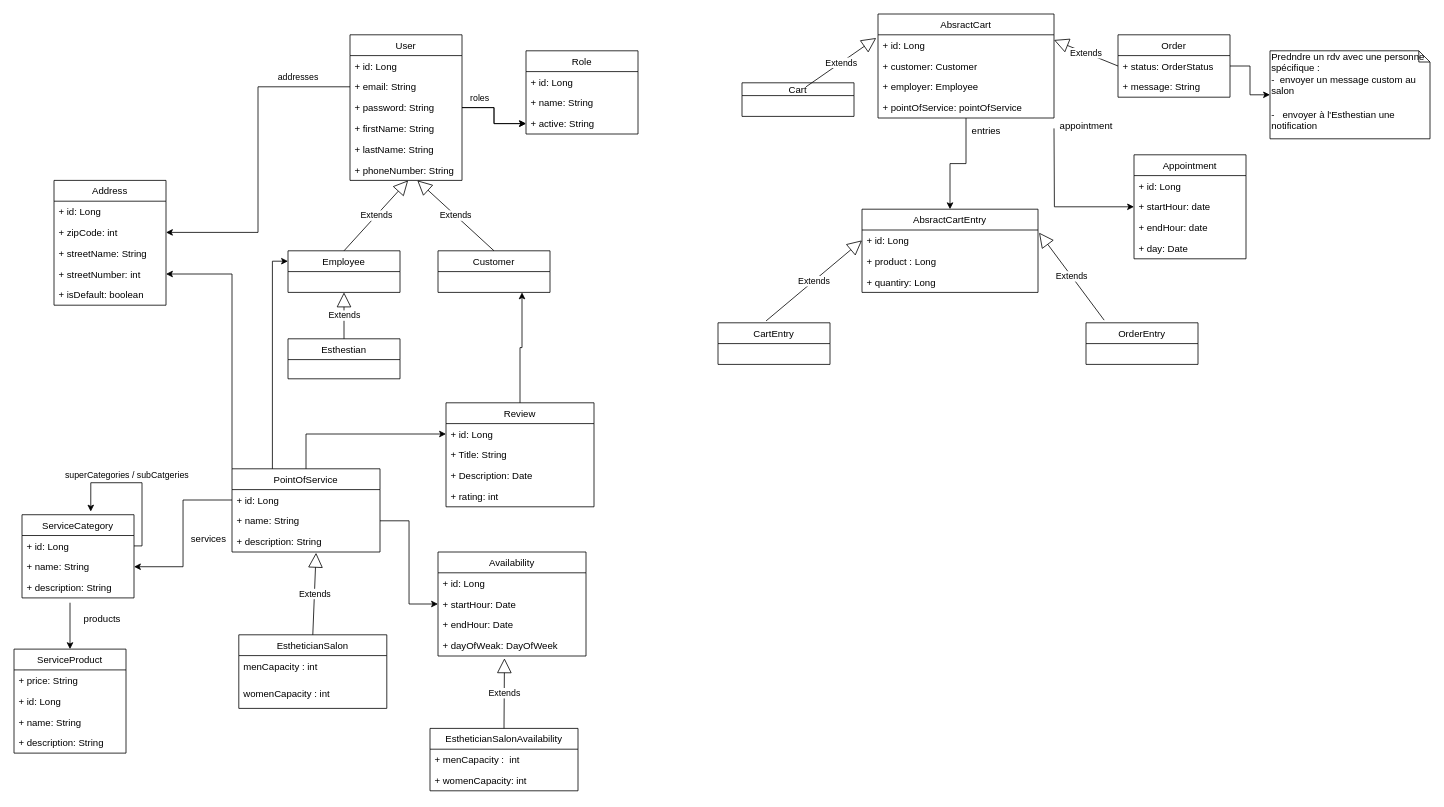
elaissoussi/draw.io keeps this draw.io diagram as wecoif - enteties diagram.drawio. Above is the earlier version. Source tidied: cells renumbered, new cells numbered last; positions are measured from the earlier drawing's top-left corner, leaving out a move shared by most shapes. Both pictures are drawn from the tidied source at 80%, with x=0, y=0 at pixel (14, 14).
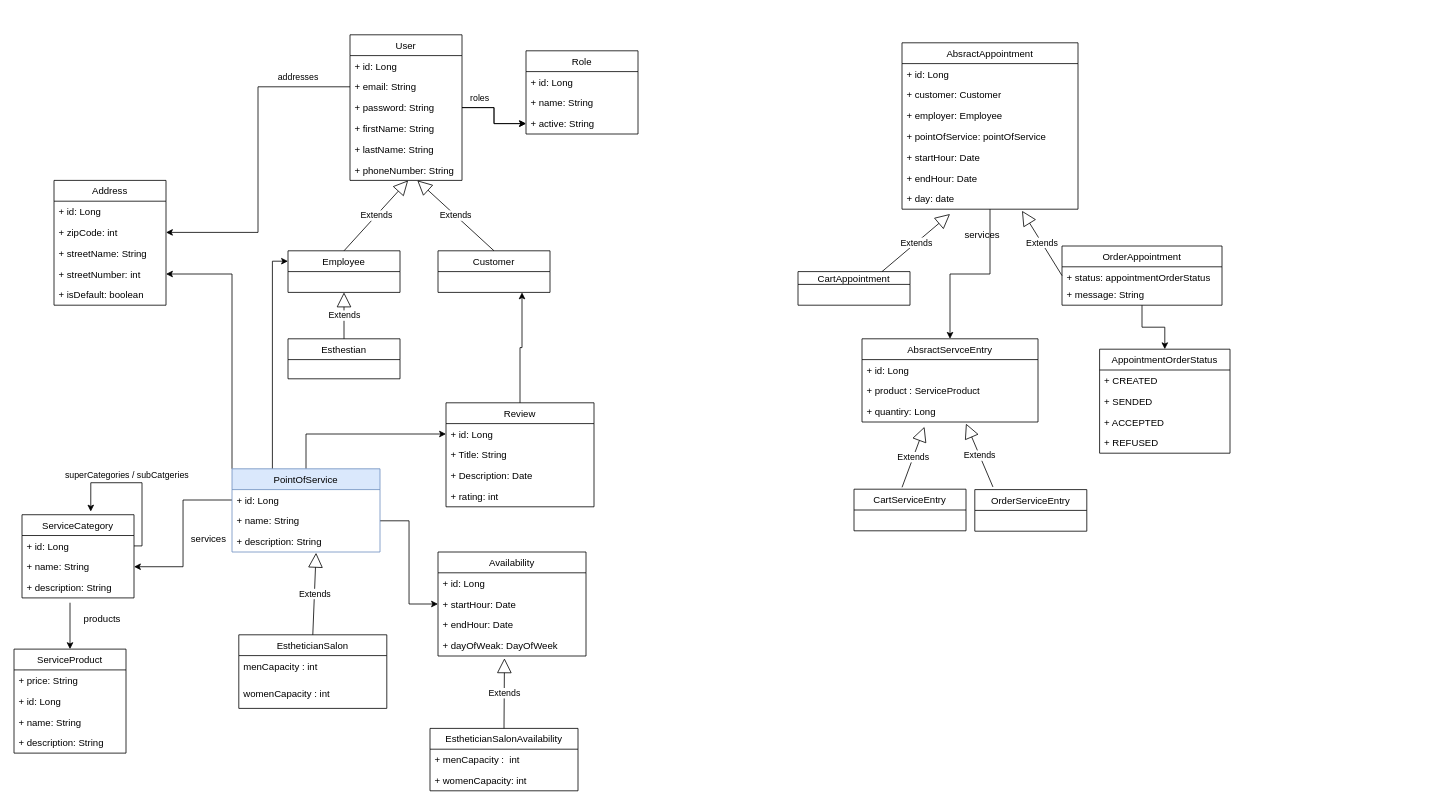
After the change.

The edit, as a diff of the source:
```diff
@@
-    <mxCell id="21" value="Predndre un rdv avec une personne spécifique :&amp;nbsp;&lt;br&gt;-&amp;nbsp; envoyer un message custom au salon&amp;nbsp;&lt;br&gt;&lt;br&gt;-&amp;nbsp; &amp;nbsp;envoyer à l'Esthestian une notification" style="shape=note;whiteSpace=wrap;html=1;size=14;verticalAlign=top;align=left;spacingTop=-6;" parent="1" vertex="1">
-      <mxGeometry x="1570" y="46" width="200" height="110" as="geometry" />
-    </mxCell>
@@
-    <mxCell id="36" value="Order" style="swimlane;fontStyle=0;horizontal=1;startSize=26;fillColor=none;" parent="1" vertex="1">
-      <mxGeometry x="1380" y="26" width="140" height="78" as="geometry" />
-    </mxCell>
-    <mxCell id="37" value="+ status: OrderStatus" style="text;strokeColor=none;fillColor=none;align=left;verticalAlign=top;spacingLeft=4;spacingRight=4;overflow=hidden;points=[[0,0.5],[1,0.5]];portConstraint=eastwest;" parent="36" vertex="1">
-      <mxGeometry y="26" width="140" height="26" as="geometry" />
-    </mxCell>
-    <mxCell id="38" value="+ message: String" style="text;strokeColor=none;fillColor=none;align=left;verticalAlign=top;spacingLeft=4;spacingRight=4;overflow=hidden;" parent="36" vertex="1">
-      <mxGeometry y="52" width="140" height="26" as="geometry" />
-    </mxCell>
-    <mxCell id="39" value="AbsractCart" style="swimlane;fontStyle=0;horizontal=1;startSize=26;fillColor=none;" parent="1" vertex="1">
-      <mxGeometry x="1080" width="220" height="130" as="geometry" />
-    </mxCell>
-    <mxCell id="40" value="+ id: Long" style="text;strokeColor=none;fillColor=none;align=left;verticalAlign=top;spacingLeft=4;spacingRight=4;overflow=hidden;points=[[0,0.5],[1,0.5]];portConstraint=eastwest;" parent="39" vertex="1">
-      <mxGeometry y="26" width="220" height="26" as="geometry" />
-    </mxCell>
-    <mxCell id="41" value="+ customer: Customer" style="text;strokeColor=none;fillColor=none;align=left;verticalAlign=top;spacingLeft=4;spacingRight=4;overflow=hidden;" parent="39" vertex="1">
-      <mxGeometry y="52" width="220" height="26" as="geometry" />
-    </mxCell>
-    <mxCell id="42" value="+ employer: Employee" style="text;strokeColor=none;fillColor=none;align=left;verticalAlign=top;spacingLeft=4;spacingRight=4;overflow=hidden;" parent="39" vertex="1">
-      <mxGeometry y="78" width="220" height="26" as="geometry" />
-    </mxCell>
-    <mxCell id="43" value="+ pointOfService: pointOfService" style="text;strokeColor=none;fillColor=none;align=left;verticalAlign=top;spacingLeft=4;spacingRight=4;overflow=hidden;" parent="39" vertex="1">
-      <mxGeometry y="104" width="220" height="26" as="geometry" />
-    </mxCell>
@@
-    <mxCell id="63" value="Cart" style="swimlane;fontStyle=0;horizontal=1;startSize=16;fillColor=none;" parent="1" vertex="1">
-      <mxGeometry x="910" y="86" width="140" height="42" as="geometry" />
-    </mxCell>
@@
-    <mxCell id="68" value="Extends" style="endArrow=block;endSize=16;endFill=0;html=1;entryX=-0.01;entryY=0.154;entryDx=0;entryDy=0;entryPerimeter=0;exitX=1;exitY=0.5;exitDx=0;exitDy=0;" parent="1" edge="1" target="40">
-      <mxGeometry relative="1" as="geometry">
-        <mxPoint x="990" y="91" as="sourcePoint" />
-      </mxGeometry>
+    <mxCell id="68" value="Extends" style="endArrow=block;endSize=16;endFill=0;html=1;entryX=0.273;entryY=1.231;entryDx=0;entryDy=0;entryPerimeter=0;exitX=0.75;exitY=0;exitDx=0;exitDy=0;" parent="1" edge="1" source="63" target="113">
+      <mxGeometry relative="1" as="geometry" />
     </mxCell>
-    <mxCell id="69" value="Extends" style="endArrow=block;endSize=16;endFill=0;html=1;entryX=1;entryY=0.25;entryDx=0;entryDy=0;exitX=0;exitY=0.5;exitDx=0;exitDy=0;" parent="1" edge="1" source="36" target="39">
-      <mxGeometry relative="1" as="geometry" />
+    <mxCell id="69" value="Extends" style="endArrow=block;endSize=16;endFill=0;html=1;exitX=0;exitY=0.5;exitDx=0;exitDy=0;" parent="1" edge="1" source="36">
+      <mxGeometry relative="1" as="geometry">
+        <mxPoint x="1260" y="246" as="targetPoint" />
+      </mxGeometry>
     </mxCell>
-    <mxCell id="70" value="Extends" style="endArrow=block;endSize=16;endFill=0;html=1;entryX=0;entryY=0.5;entryDx=0;entryDy=0;exitX=0.429;exitY=-0.045;exitDx=0;exitDy=0;exitPerimeter=0;" parent="1" edge="1" source="104" target="80">
+    <mxCell id="70" value="Extends" style="endArrow=block;endSize=16;endFill=0;html=1;exitX=0.429;exitY=-0.045;exitDx=0;exitDy=0;exitPerimeter=0;entryX=0.355;entryY=1.231;entryDx=0;entryDy=0;entryPerimeter=0;" parent="1" edge="1" source="104" target="82">
       <mxGeometry relative="1" as="geometry" />
     </mxCell>
-    <mxCell id="71" value="Extends" style="endArrow=block;endSize=16;endFill=0;html=1;entryX=1.006;entryY=0.128;entryDx=0;entryDy=0;entryPerimeter=0;exitX=0.162;exitY=-0.064;exitDx=0;exitDy=0;exitPerimeter=0;" parent="1" edge="1" source="103" target="80">
-      <mxGeometry relative="1" as="geometry" />
+    <mxCell id="71" value="Extends" style="endArrow=block;endSize=16;endFill=0;html=1;exitX=0.162;exitY=-0.064;exitDx=0;exitDy=0;exitPerimeter=0;" parent="1" edge="1" source="103">
+      <mxGeometry relative="1" as="geometry">
+        <mxPoint x="1190" y="512" as="targetPoint" />
+      </mxGeometry>
     </mxCell>
-    <mxCell id="72" value="Appointment" style="swimlane;fontStyle=0;horizontal=1;startSize=26;fillColor=none;" parent="1" vertex="1">
-      <mxGeometry x="1400" y="176" width="140" height="130" as="geometry" />
-    </mxCell>
-    <mxCell id="73" value="+ id: Long" style="text;strokeColor=none;fillColor=none;align=left;verticalAlign=top;spacingLeft=4;spacingRight=4;overflow=hidden;" parent="72" vertex="1">
-      <mxGeometry y="26" width="140" height="26" as="geometry" />
-    </mxCell>
-    <mxCell id="74" value="+ startHour: date" style="text;strokeColor=none;fillColor=none;align=left;verticalAlign=top;spacingLeft=4;spacingRight=4;overflow=hidden;points=[[0,0.5],[1,0.5]];portConstraint=eastwest;" parent="72" vertex="1">
-      <mxGeometry y="52" width="140" height="26" as="geometry" />
-    </mxCell>
-    <mxCell id="75" value="+ endHour: date" style="text;strokeColor=none;fillColor=none;align=left;verticalAlign=top;spacingLeft=4;spacingRight=4;overflow=hidden;" parent="72" vertex="1">
-      <mxGeometry y="78" width="140" height="26" as="geometry" />
-    </mxCell>
-    <mxCell id="76" value="+ day: Date" style="text;strokeColor=none;fillColor=none;align=left;verticalAlign=top;spacingLeft=4;spacingRight=4;overflow=hidden;" parent="72" vertex="1">
-      <mxGeometry y="104" width="140" height="26" as="geometry" />
-    </mxCell>
-    <mxCell id="77" style="edgeStyle=orthogonalEdgeStyle;rounded=0;jettySize=auto;html=1;exitX=1;exitY=0.5;exitDx=0;exitDy=0;entryX=0;entryY=0.5;entryDx=0;entryDy=0;" parent="1" edge="1" target="74">
-      <mxGeometry relative="1" as="geometry">
-        <mxPoint x="1300" y="143" as="sourcePoint" />
-      </mxGeometry>
-    </mxCell>
-    <mxCell id="78" style="edgeStyle=orthogonalEdgeStyle;rounded=0;jettySize=auto;html=1;exitX=1;exitY=0.5;exitDx=0;exitDy=0;" parent="1" edge="1" source="37" target="21">
-      <mxGeometry relative="1" as="geometry" />
-    </mxCell>
-    <mxCell id="79" value="AbsractCartEntry" style="swimlane;fontStyle=0;horizontal=1;startSize=26;fillColor=none;" parent="1" vertex="1">
-      <mxGeometry x="1060" y="244" width="220" height="104" as="geometry" />
-    </mxCell>
-    <mxCell id="80" value="+ id: Long" style="text;strokeColor=none;fillColor=none;align=left;verticalAlign=top;spacingLeft=4;spacingRight=4;overflow=hidden;points=[[0,0.5],[1,0.5]];portConstraint=eastwest;" parent="79" vertex="1">
-      <mxGeometry y="26" width="220" height="26" as="geometry" />
-    </mxCell>
-    <mxCell id="81" value="+ product : Long" style="text;strokeColor=none;fillColor=none;align=left;verticalAlign=top;spacingLeft=4;spacingRight=4;overflow=hidden;" parent="79" vertex="1">
-      <mxGeometry y="52" width="220" height="26" as="geometry" />
-    </mxCell>
-    <mxCell id="82" value="+ quantiry: Long" style="text;strokeColor=none;fillColor=none;align=left;verticalAlign=top;spacingLeft=4;spacingRight=4;overflow=hidden;points=[[0,0.5],[1,0.5]];portConstraint=eastwest;" parent="79" vertex="1">
-      <mxGeometry y="78" width="220" height="26" as="geometry" />
-    </mxCell>
@@
-    <mxCell id="94" value="PointOfService" style="swimlane;fontStyle=0;horizontal=1;startSize=26;fillColor=none;" parent="1" vertex="1">
+    <mxCell id="94" value="PointOfService" style="swimlane;fontStyle=0;horizontal=1;startSize=26;fillColor=#dae8fc;strokeColor=#6c8ebf;" parent="1" vertex="1">
       <mxGeometry x="272.5" y="568.5" width="185" height="104" as="geometry" />
     </mxCell>
@@
-    <mxCell id="101" value="entries" style="text;html=1;align=center;verticalAlign=middle;" parent="1" vertex="1">
-      <mxGeometry x="1190" y="136" width="50" height="20" as="geometry" />
+    <mxCell id="101" value="services" style="text;html=1;align=center;verticalAlign=middle;" parent="1" vertex="1">
+      <mxGeometry x="1180" y="266" width="60" height="20" as="geometry" />
     </mxCell>
-    <mxCell id="102" value="appointment" style="text;html=1;align=center;verticalAlign=middle;" parent="1" vertex="1">
-      <mxGeometry x="1300" y="130" width="80" height="20" as="geometry" />
-    </mxCell>
+    <mxCell id="105" style="edgeStyle=orthogonalEdgeStyle;rounded=0;jettySize=auto;html=1;entryX=0.5;entryY=0;entryDx=0;entryDy=0;" parent="1" edge="1" source="36" target="106">
+      <mxGeometry relative="1" as="geometry" />
+    </mxCell>
+    <mxCell id="79" value="AbsractServceEntry" style="swimlane;fontStyle=0;horizontal=1;startSize=26;fillColor=none;" parent="1" vertex="1">
+      <mxGeometry x="1060" y="406" width="220" height="104" as="geometry" />
+    </mxCell>
+    <mxCell id="80" value="+ id: Long" style="text;strokeColor=none;fillColor=none;align=left;verticalAlign=top;spacingLeft=4;spacingRight=4;overflow=hidden;points=[[0,0.5],[1,0.5]];portConstraint=eastwest;" parent="79" vertex="1">
+      <mxGeometry y="26" width="220" height="26" as="geometry" />
+    </mxCell>
+    <mxCell id="81" value="+ product : ServiceProduct" style="text;strokeColor=none;fillColor=none;align=left;verticalAlign=top;spacingLeft=4;spacingRight=4;overflow=hidden;" parent="79" vertex="1">
+      <mxGeometry y="52" width="220" height="26" as="geometry" />
+    </mxCell>
+    <mxCell id="82" value="+ quantiry: Long" style="text;strokeColor=none;fillColor=none;align=left;verticalAlign=top;spacingLeft=4;spacingRight=4;overflow=hidden;points=[[0,0.5],[1,0.5]];portConstraint=eastwest;" parent="79" vertex="1">
+      <mxGeometry y="78" width="220" height="26" as="geometry" />
+    </mxCell>
-    <mxCell id="103" value="OrderEntry" style="swimlane;fontStyle=0;horizontal=1;startSize=26;fillColor=none;" parent="1" vertex="1">
-      <mxGeometry x="1340" y="386" width="140" height="52" as="geometry" />
+    <mxCell id="103" value="OrderServiceEntry" style="swimlane;fontStyle=0;horizontal=1;startSize=26;fillColor=none;" parent="1" vertex="1">
+      <mxGeometry x="1201" y="594.5" width="140" height="52" as="geometry" />
     </mxCell>
-    <mxCell id="104" value="CartEntry" style="swimlane;fontStyle=0;horizontal=1;startSize=26;fillColor=none;" parent="1" vertex="1">
-      <mxGeometry x="880" y="386" width="140" height="52" as="geometry" />
+    <mxCell id="104" value="CartServiceEntry" style="swimlane;fontStyle=0;horizontal=1;startSize=26;fillColor=none;" parent="1" vertex="1">
+      <mxGeometry x="1050" y="594" width="140" height="52" as="geometry" />
     </mxCell>
+    <mxCell id="106" value="AppointmentOrderStatus" style="swimlane;fontStyle=0;horizontal=1;startSize=26;fillColor=none;" parent="1" vertex="1">
+      <mxGeometry x="1357" y="419" width="163" height="130" as="geometry" />
+    </mxCell>
+    <mxCell id="107" value="+ CREATED" style="text;strokeColor=none;fillColor=none;align=left;verticalAlign=top;spacingLeft=4;spacingRight=4;overflow=hidden;" parent="106" vertex="1">
+      <mxGeometry y="26" width="163" height="26" as="geometry" />
+    </mxCell>
+    <mxCell id="108" value="+ SENDED" style="text;strokeColor=none;fillColor=none;align=left;verticalAlign=top;spacingLeft=4;spacingRight=4;overflow=hidden;" parent="106" vertex="1">
+      <mxGeometry y="52" width="163" height="26" as="geometry" />
+    </mxCell>
+    <mxCell id="109" value="+ ACCEPTED" style="text;strokeColor=none;fillColor=none;align=left;verticalAlign=top;spacingLeft=4;spacingRight=4;overflow=hidden;" parent="106" vertex="1">
+      <mxGeometry y="78" width="163" height="26" as="geometry" />
+    </mxCell>
+    <mxCell id="110" value="+ REFUSED" style="text;strokeColor=none;fillColor=none;align=left;verticalAlign=top;spacingLeft=4;spacingRight=4;overflow=hidden;" parent="106" vertex="1">
+      <mxGeometry y="104" width="163" height="26" as="geometry" />
+    </mxCell>
+    <mxCell id="63" value="CartAppointment" style="swimlane;fontStyle=0;horizontal=1;startSize=16;fillColor=none;" parent="1" vertex="1">
+      <mxGeometry x="980" y="322" width="140" height="42" as="geometry" />
+    </mxCell>
+    <mxCell id="36" value="OrderAppointment" style="swimlane;fontStyle=0;horizontal=1;startSize=26;fillColor=none;" parent="1" vertex="1">
+      <mxGeometry x="1310" y="290" width="200" height="74" as="geometry" />
+    </mxCell>
+    <mxCell id="37" value="+ status: appointmentOrderStatus" style="text;strokeColor=none;fillColor=none;align=left;verticalAlign=top;spacingLeft=4;spacingRight=4;overflow=hidden;points=[[0,0.5],[1,0.5]];portConstraint=eastwest;" parent="36" vertex="1">
+      <mxGeometry y="26" width="200" height="22" as="geometry" />
+    </mxCell>
+    <mxCell id="38" value="+ message: String" style="text;strokeColor=none;fillColor=none;align=left;verticalAlign=top;spacingLeft=4;spacingRight=4;overflow=hidden;" parent="36" vertex="1">
+      <mxGeometry y="48" width="200" height="26" as="geometry" />
+    </mxCell>
+    <mxCell id="39" value="AbsractAppointment" style="swimlane;fontStyle=0;horizontal=1;startSize=26;fillColor=none;" parent="1" vertex="1">
+      <mxGeometry x="1110" y="36" width="220" height="208" as="geometry" />
+    </mxCell>
+    <mxCell id="40" value="+ id: Long" style="text;strokeColor=none;fillColor=none;align=left;verticalAlign=top;spacingLeft=4;spacingRight=4;overflow=hidden;points=[[0,0.5],[1,0.5]];portConstraint=eastwest;" parent="39" vertex="1">
+      <mxGeometry y="26" width="220" height="26" as="geometry" />
+    </mxCell>
+    <mxCell id="41" value="+ customer: Customer" style="text;strokeColor=none;fillColor=none;align=left;verticalAlign=top;spacingLeft=4;spacingRight=4;overflow=hidden;" parent="39" vertex="1">
+      <mxGeometry y="52" width="220" height="26" as="geometry" />
+    </mxCell>
+    <mxCell id="42" value="+ employer: Employee" style="text;strokeColor=none;fillColor=none;align=left;verticalAlign=top;spacingLeft=4;spacingRight=4;overflow=hidden;" parent="39" vertex="1">
+      <mxGeometry y="78" width="220" height="26" as="geometry" />
+    </mxCell>
+    <mxCell id="43" value="+ pointOfService: pointOfService" style="text;strokeColor=none;fillColor=none;align=left;verticalAlign=top;spacingLeft=4;spacingRight=4;overflow=hidden;" parent="39" vertex="1">
+      <mxGeometry y="104" width="220" height="26" as="geometry" />
+    </mxCell>
+    <mxCell id="111" value="+ startHour: Date" style="text;strokeColor=none;fillColor=none;align=left;verticalAlign=top;spacingLeft=4;spacingRight=4;overflow=hidden;" parent="39" vertex="1">
+      <mxGeometry y="130" width="220" height="26" as="geometry" />
+    </mxCell>
+    <mxCell id="112" value="+ endHour: Date" style="text;strokeColor=none;fillColor=none;align=left;verticalAlign=top;spacingLeft=4;spacingRight=4;overflow=hidden;" parent="39" vertex="1">
+      <mxGeometry y="156" width="220" height="26" as="geometry" />
+    </mxCell>
+    <mxCell id="113" value="+ day: date" style="text;strokeColor=none;fillColor=none;align=left;verticalAlign=top;spacingLeft=4;spacingRight=4;overflow=hidden;points=[[0,0.5],[1,0.5]];portConstraint=eastwest;" parent="39" vertex="1">
+      <mxGeometry y="182" width="220" height="26" as="geometry" />
+    </mxCell>
```
